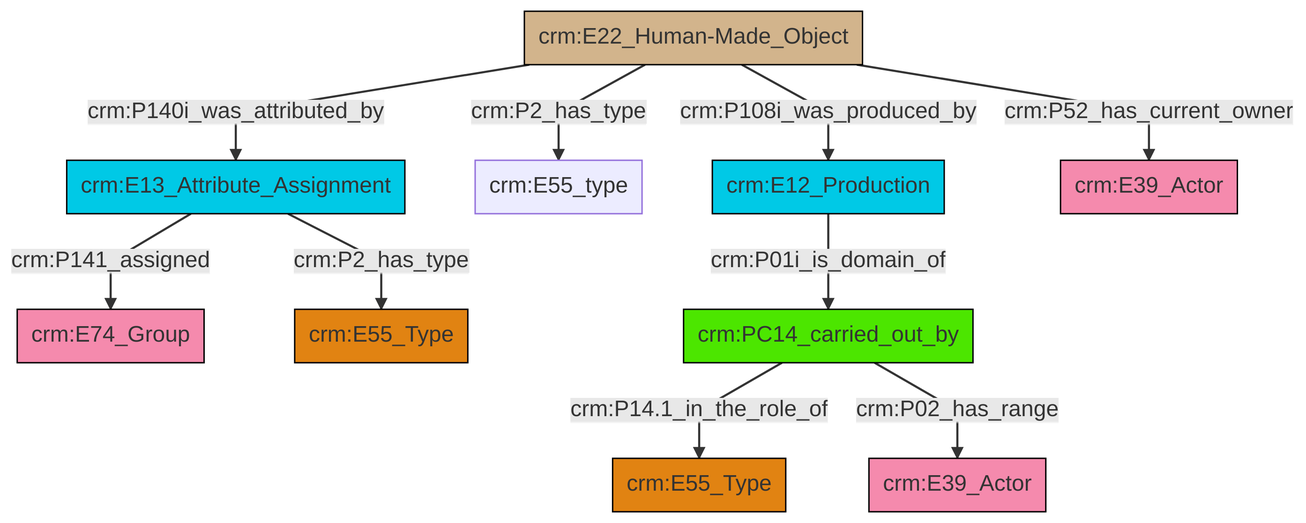
swiss-art-research-net/docs.swissartresearch keeps this Mermaid diagram as et/builtWorkCSV/ttl/mmd/png/Built_Work_actor_relations.png. Above is the earlier version. Its source is kept beside it as et/builtWorkCSV/ttl/mmd/Built_Work_actor_relations.ttl.mmd.
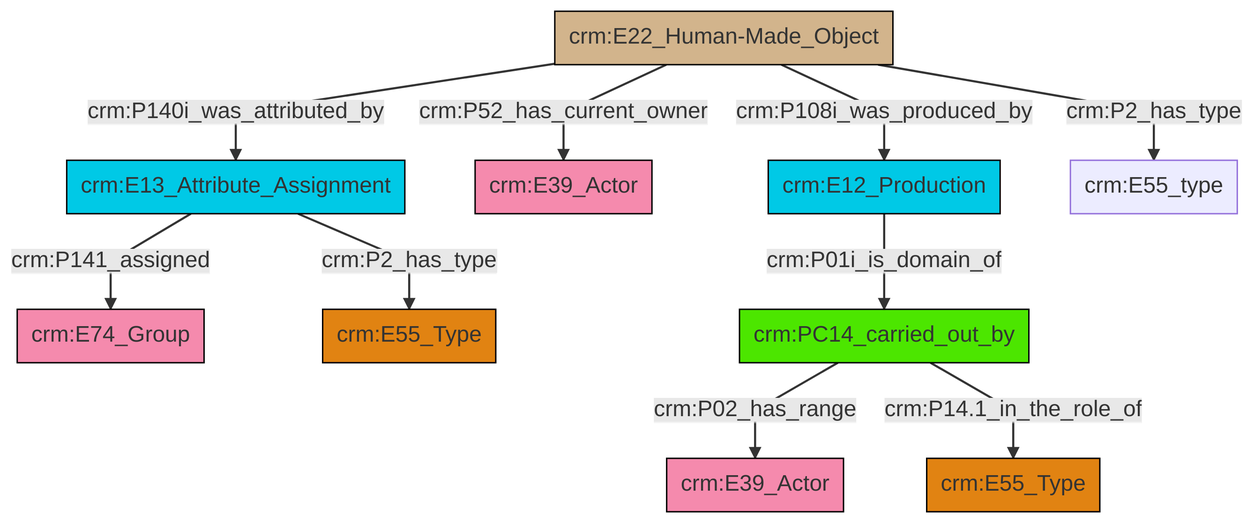
The same file after the commit.

The edit, as a diff of the source:
```diff
@@ -13,12 +13,12 @@
 classDef PC_Classes fill:#4ce600, stroke:#000000;
 classDef Multi fill:#cccccc,stroke:#000000;
 
-0["crm:E22_Human-Made_Object"]:::Physical_Thing -->|crm:P140i_was_attributed_by| 1["crm:E13_Attribute_Assignment"]:::Temporal_Entity
-0["crm:E22_Human-Made_Object"]:::Physical_Thing -->|crm:P108i_was_produced_by| 6["crm:E12_Production"]:::Temporal_Entity
-1["crm:E13_Attribute_Assignment"]:::Temporal_Entity -->|crm:P141_assigned| 2["crm:E74_Group"]:::Actor
-10["crm:PC14_carried_out_by"]:::PC_Classes -->|crm:P14.1_in_the_role_of| 11["crm:E55_Type"]:::Type
-0["crm:E22_Human-Made_Object"]:::Physical_Thing -->|crm:P52_has_current_owner| 12["crm:E39_Actor"]:::Actor
-10["crm:PC14_carried_out_by"]:::PC_Classes -->|crm:P02_has_range| 17["crm:E39_Actor"]:::Actor
-1["crm:E13_Attribute_Assignment"]:::Temporal_Entity -->|crm:P2_has_type| 7["crm:E55_Type"]:::Type
-0["crm:E22_Human-Made_Object"]:::Physical_Thing -->|crm:P2_has_type| 4["crm:E55_type"]:::Default
-6["crm:E12_Production"]:::Temporal_Entity -->|crm:P01i_is_domain_of| 10["crm:PC14_carried_out_by"]:::PC_Classes
+0["crm:E13_Attribute_Assignment"]:::Temporal_Entity -->|crm:P141_assigned| 1["crm:E74_Group"]:::Actor
+2["crm:E22_Human-Made_Object"]:::Physical_Thing -->|crm:P52_has_current_owner| 3["crm:E39_Actor"]:::Actor
+7["crm:PC14_carried_out_by"]:::PC_Classes -->|crm:P02_has_range| 8["crm:E39_Actor"]:::Actor
+2["crm:E22_Human-Made_Object"]:::Physical_Thing -->|crm:P140i_was_attributed_by| 0["crm:E13_Attribute_Assignment"]:::Temporal_Entity
+0["crm:E13_Attribute_Assignment"]:::Temporal_Entity -->|crm:P2_has_type| 5["crm:E55_Type"]:::Type
+11["crm:E12_Production"]:::Temporal_Entity -->|crm:P01i_is_domain_of| 7["crm:PC14_carried_out_by"]:::PC_Classes
+2["crm:E22_Human-Made_Object"]:::Physical_Thing -->|crm:P108i_was_produced_by| 11["crm:E12_Production"]:::Temporal_Entity
+7["crm:PC14_carried_out_by"]:::PC_Classes -->|crm:P14.1_in_the_role_of| 9["crm:E55_Type"]:::Type
+2["crm:E22_Human-Made_Object"]:::Physical_Thing -->|crm:P2_has_type| 16["crm:E55_type"]:::Default
```
